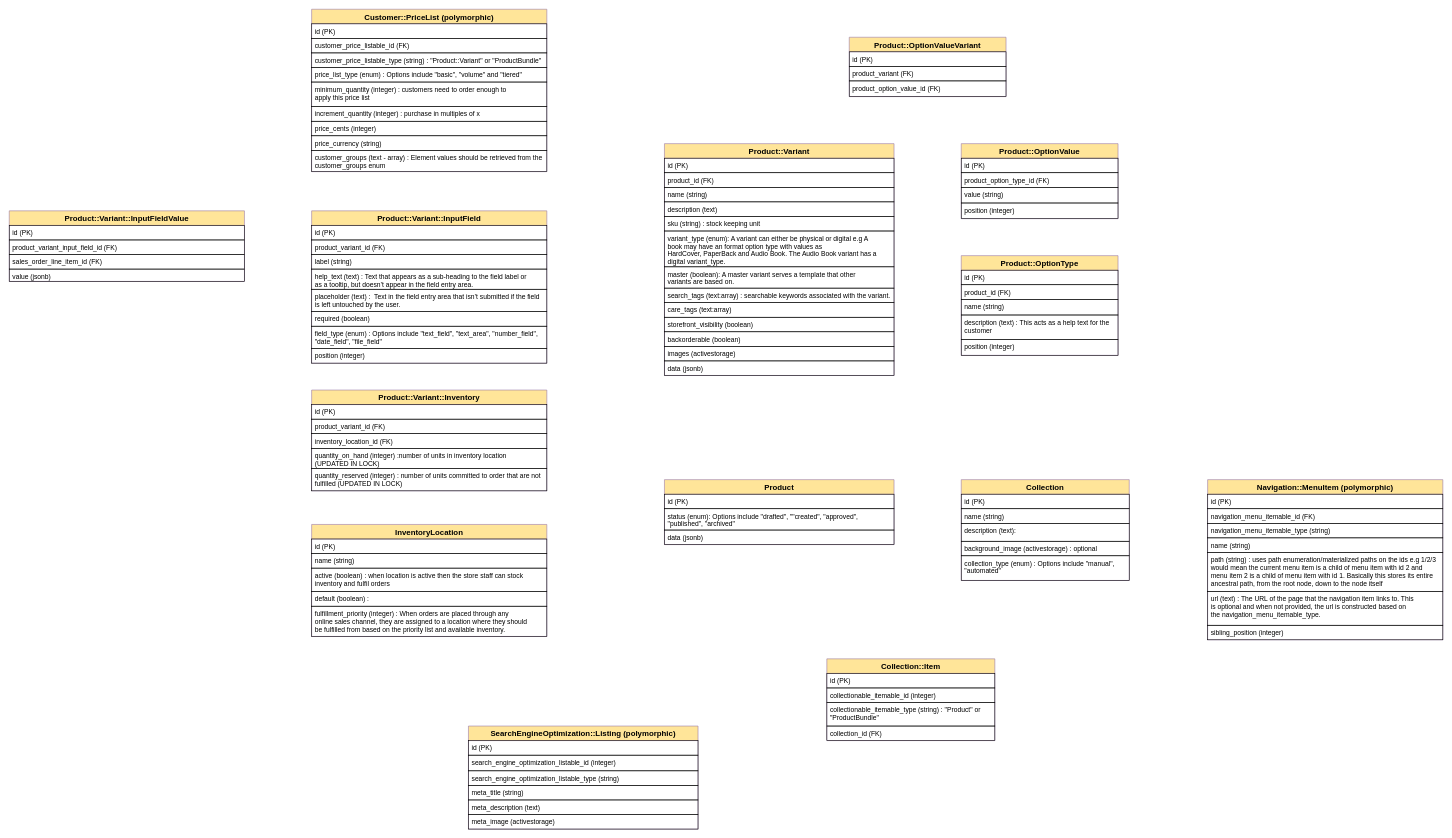
Above: soko-erd.drawio in philip-maina/soko (draw.io), before the change. Source tidied: cells renumbered, new cells numbered last; positions are measured from the earlier drawing's top-left corner, leaving out a move shared by most shapes. Both pictures are drawn from the tidied source at 56%, with x=0, y=0 at pixel (9, 9).
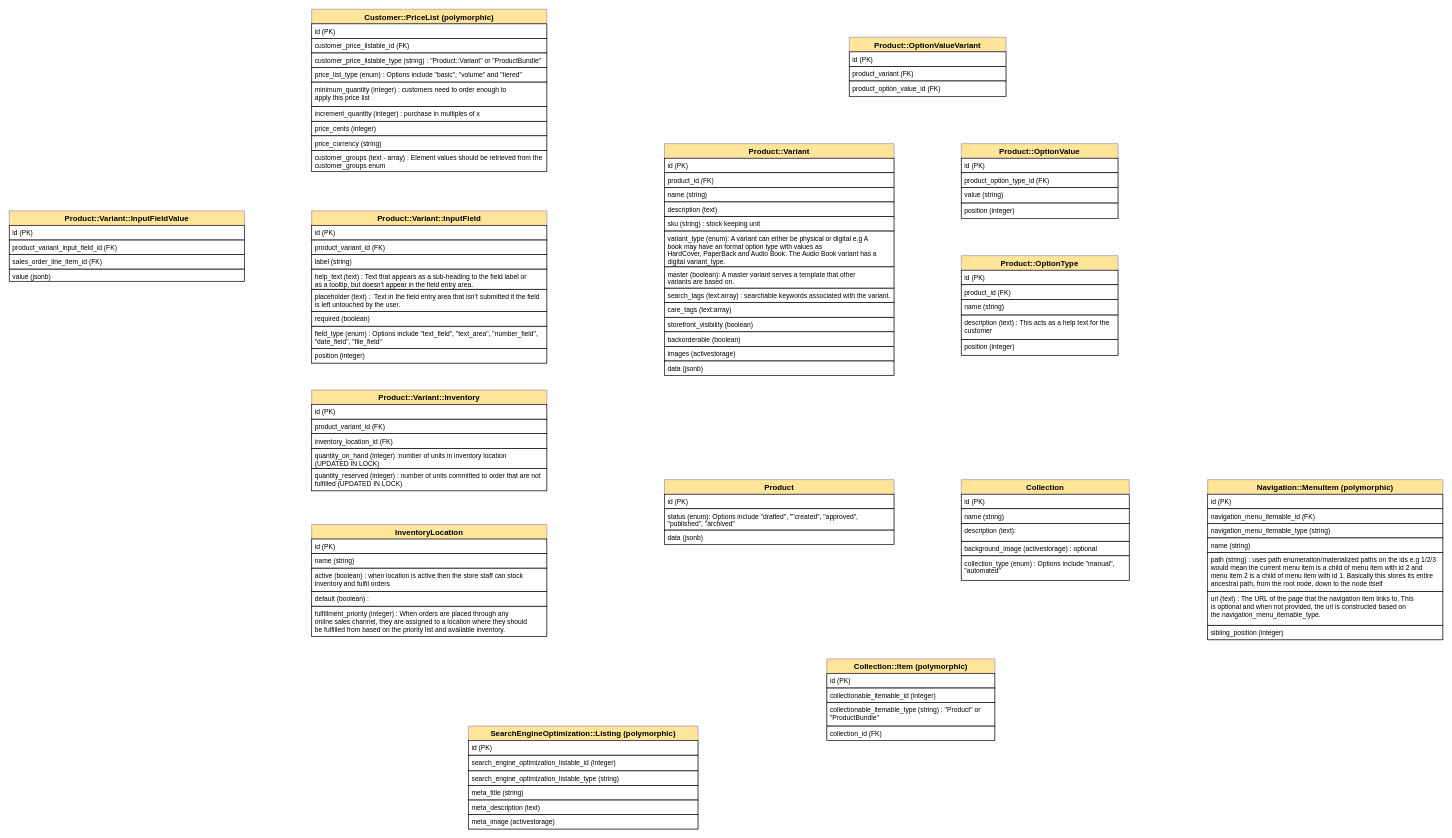
After the change.

Commit message:
feat (domain modelling): Added polymorphic to collection/item.

Change to the diagram source:
```diff
@@
-    <mxCell id="85" value="Collection::Item" style="swimlane;fontStyle=1;horizontal=1;startSize=26;align=center;fontSize=14;strokeColor=#9673a6;fillColor=#FFE599;" parent="1" vertex="1">
+    <mxCell id="85" value="Collection::Item (polymorphic)" style="swimlane;fontStyle=1;horizontal=1;startSize=26;align=center;fontSize=14;strokeColor=#9673a6;fillColor=#FFE599;" parent="1" vertex="1">
       <mxGeometry x="1460" y="1160" width="300" height="146" as="geometry" />
     </mxCell>
```
